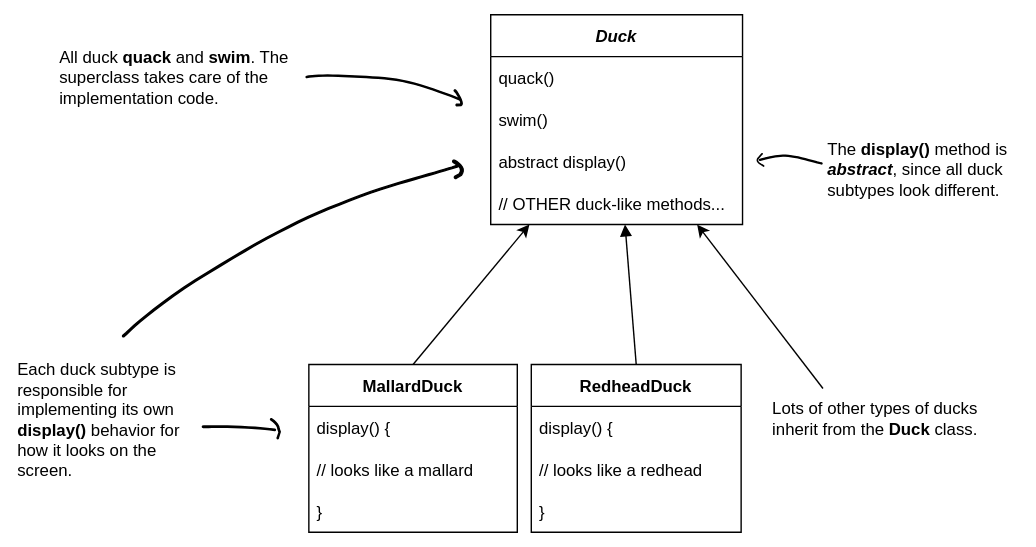
Before: head-first-design-patterns/diagrams/svg/01_duck_superclass.drawio.svg, a diagram exported from draw.io (huyurt/book-summary). Source tidied: cells renumbered, new cells last; positions are measured from the earlier drawing's top-left corner, leaving out a move shared by most shapes.
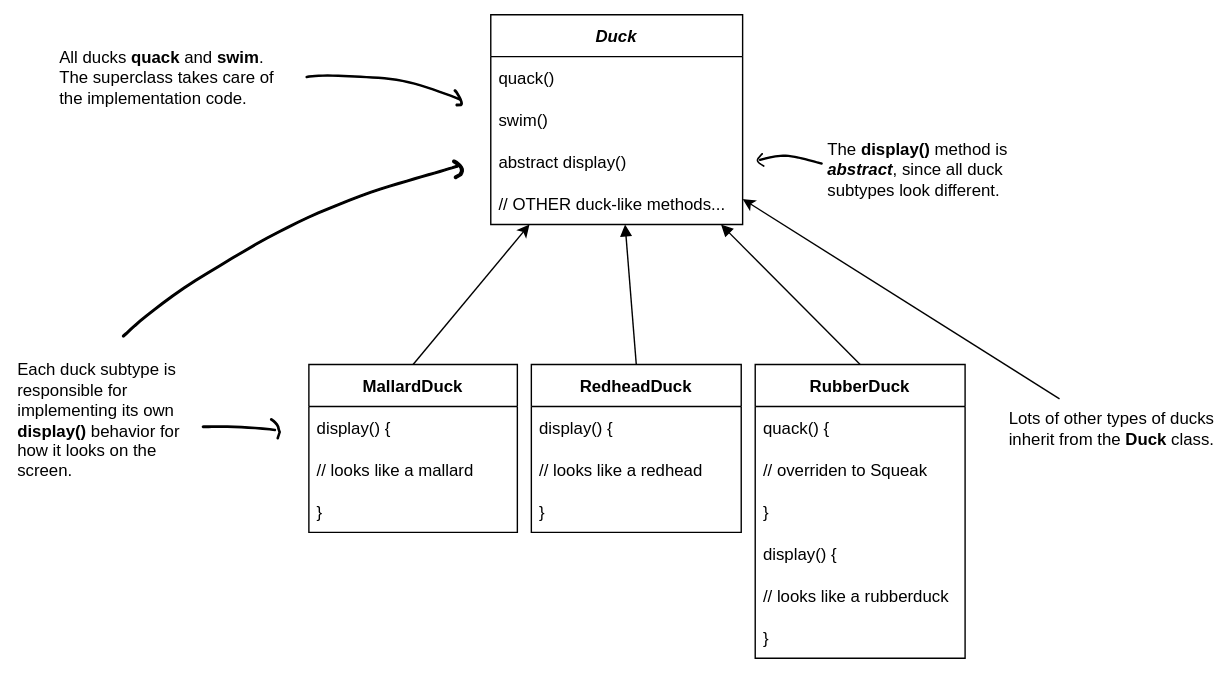
Above is the later version.

Change to the diagram source:
```diff
@@ -47,7 +47,7 @@
     <mxCell id="16" style="endArrow=block;html=1;rounded=0;exitX=0.5;exitY=0;exitDx=0;exitDy=0;startArrow=none;startFill=0;strokeWidth=1;strokeColor=default;" parent="1" edge="1" source="11" target="2">
       <mxGeometry relative="1" as="geometry" />
     </mxCell>
-    <mxCell id="17" value="All duck &lt;b&gt;quack&lt;/b&gt; and &lt;b&gt;swim&lt;/b&gt;. The superclass takes care of the implementation code." style="text;html=1;strokeColor=none;fillColor=none;align=left;verticalAlign=middle;whiteSpace=wrap;rounded=0;" parent="1" vertex="1">
+    <mxCell id="17" value="All ducks&amp;nbsp;&lt;b&gt;quack&lt;/b&gt; and &lt;b&gt;swim&lt;/b&gt;. The superclass takes care of the implementation code." style="text;html=1;strokeColor=none;fillColor=none;align=left;verticalAlign=middle;whiteSpace=wrap;rounded=0;" parent="1" vertex="1">
       <mxGeometry x="30" y="20" width="170" height="50" as="geometry" />
     </mxCell>
     <mxCell id="18" value="Each duck subtype is responsible for implementing its own &lt;b&gt;display()&lt;/b&gt; behavior for how it looks on the screen." style="text;html=1;strokeColor=none;fillColor=none;align=left;verticalAlign=middle;whiteSpace=wrap;rounded=0;" parent="1" vertex="1">
@@ -66,7 +66,7 @@
       <mxGeometry x="312.8" y="103.9" width="7.5" height="13.2" as="geometry" />
     </mxCell>
     <mxCell id="23" value="Lots of other types of ducks inherit from the &lt;b&gt;Duck&lt;/b&gt;&amp;nbsp;class." style="text;html=1;strokeColor=none;fillColor=none;align=center;verticalAlign=middle;whiteSpace=wrap;rounded=0;" parent="1" vertex="1">
-      <mxGeometry x="540" y="267.2" width="150" height="42.8" as="geometry" />
+      <mxGeometry x="709" y="274.6" width="150" height="42.8" as="geometry" />
     </mxCell>
     <mxCell id="24" style="endArrow=classic;html=1;rounded=0;strokeColor=default;strokeWidth=1;exitX=0.25;exitY=0;exitDx=0;exitDy=0;" parent="1" edge="1" source="23" target="2">
       <mxGeometry relative="1" as="geometry" />
@@ -86,5 +86,29 @@
     <mxCell id="29" style="shape=(stored shape, 824 characters);lineShape=1;" parent="1" vertex="1">
       <mxGeometry x="313.9" y="53.7" width="5.7" height="11.4" as="geometry" />
     </mxCell>
+    <mxCell id="30" value="RubberDuck" style="swimlane;fontStyle=1;horizontal=1;startSize=30;" parent="1" vertex="1">
+      <mxGeometry x="529" y="250" width="150" height="210" as="geometry" />
+    </mxCell>
+    <mxCell id="31" value="quack() {" style="text;strokeColor=none;fillColor=none;align=left;verticalAlign=middle;spacingLeft=4;spacingRight=4;overflow=hidden;" parent="30" vertex="1">
+      <mxGeometry y="30" width="150" height="30" as="geometry" />
+    </mxCell>
+    <mxCell id="32" value="// overriden to Squeak" style="text;strokeColor=none;fillColor=none;align=left;verticalAlign=middle;spacingLeft=4;spacingRight=4;overflow=hidden;" parent="30" vertex="1">
+      <mxGeometry y="60" width="150" height="30" as="geometry" />
+    </mxCell>
+    <mxCell id="33" value="}" style="text;strokeColor=none;fillColor=none;align=left;verticalAlign=middle;spacingLeft=4;spacingRight=4;overflow=hidden;" parent="30" vertex="1">
+      <mxGeometry y="90" width="150" height="30" as="geometry" />
+    </mxCell>
+    <mxCell id="34" value="display() {" style="text;strokeColor=none;fillColor=none;align=left;verticalAlign=middle;spacingLeft=4;spacingRight=4;overflow=hidden;" parent="30" vertex="1">
+      <mxGeometry y="120" width="150" height="30" as="geometry" />
+    </mxCell>
+    <mxCell id="35" value="// looks like a rubberduck" style="text;strokeColor=none;fillColor=none;align=left;verticalAlign=middle;spacingLeft=4;spacingRight=4;overflow=hidden;" parent="30" vertex="1">
+      <mxGeometry y="150" width="150" height="30" as="geometry" />
+    </mxCell>
+    <mxCell id="36" value="}" style="text;strokeColor=none;fillColor=none;align=left;verticalAlign=middle;spacingLeft=4;spacingRight=4;overflow=hidden;" parent="30" vertex="1">
+      <mxGeometry y="180" width="150" height="30" as="geometry" />
+    </mxCell>
+    <mxCell id="37" style="endArrow=block;html=1;rounded=0;startArrow=none;startFill=0;strokeWidth=1;strokeColor=default;exitX=0.5;exitY=0;exitDx=0;exitDy=0;" parent="1" edge="1" source="30" target="2">
+      <mxGeometry relative="1" as="geometry" />
+    </mxCell>
   </root>
 </mxGraphModel>
```
